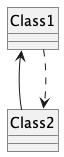
Above: book/uml/classDiagrams/dependencies/what/images/correctDependencyWithAssociation.png in NUS-CS2103-AY2627-S1/website (PlantUML), before the change. Its source is kept beside it as book/uml/classDiagrams/dependencies/what/images/correctDependencyWithAssociation.puml.
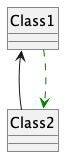
Later version of the same file.

Change to the diagram source:
```diff
@@ -5,5 +5,5 @@
 skinparam shadowing false
 hide circle
 Class1 <-- Class2
-Class1 ..> Class2
+Class1 .[#green].> Class2
 @enduml
```
